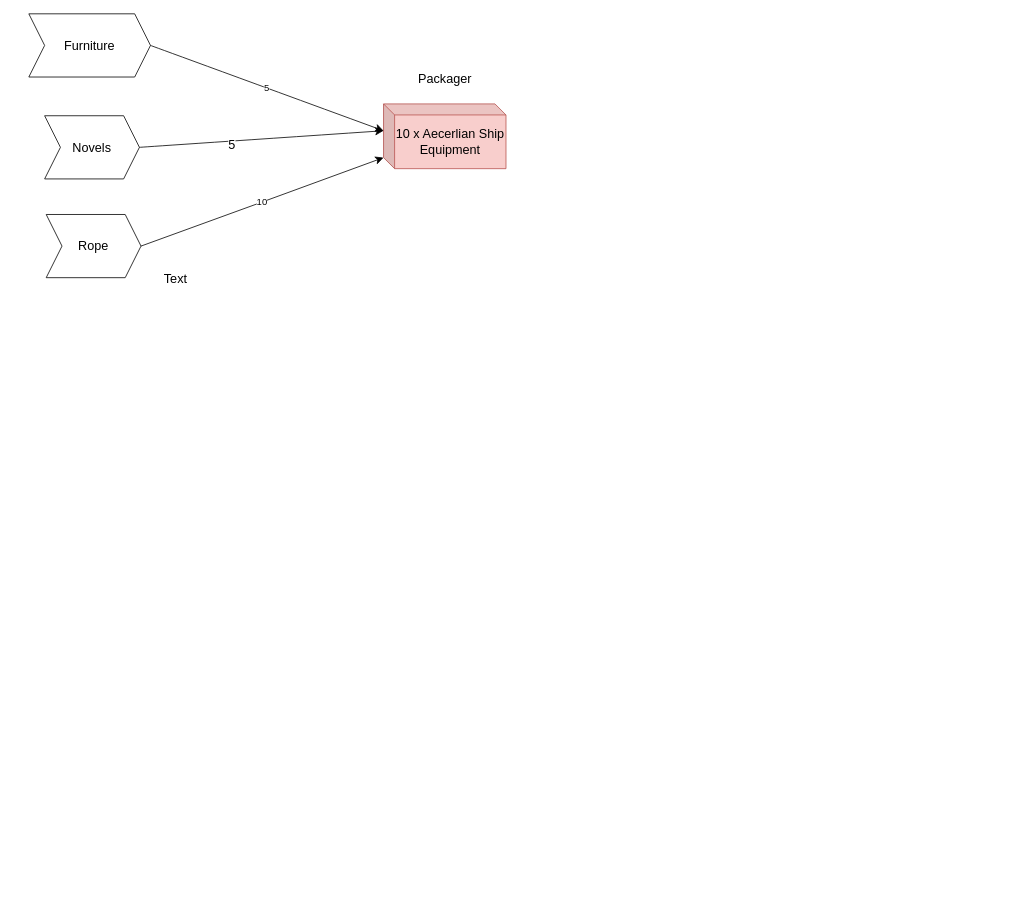
GraemeBradbury/animated-potato keeps this draw.io diagram as Growth/Untitled Diagram.drawio. Above is the earlier version. Source tidied: cells renumbered, new cells numbered last; positions are measured from the earlier drawing's top-left corner, leaving out a move shared by most shapes. Both pictures are drawn from the tidied source at 79%, with x=0, y=0 at pixel (28, 13).
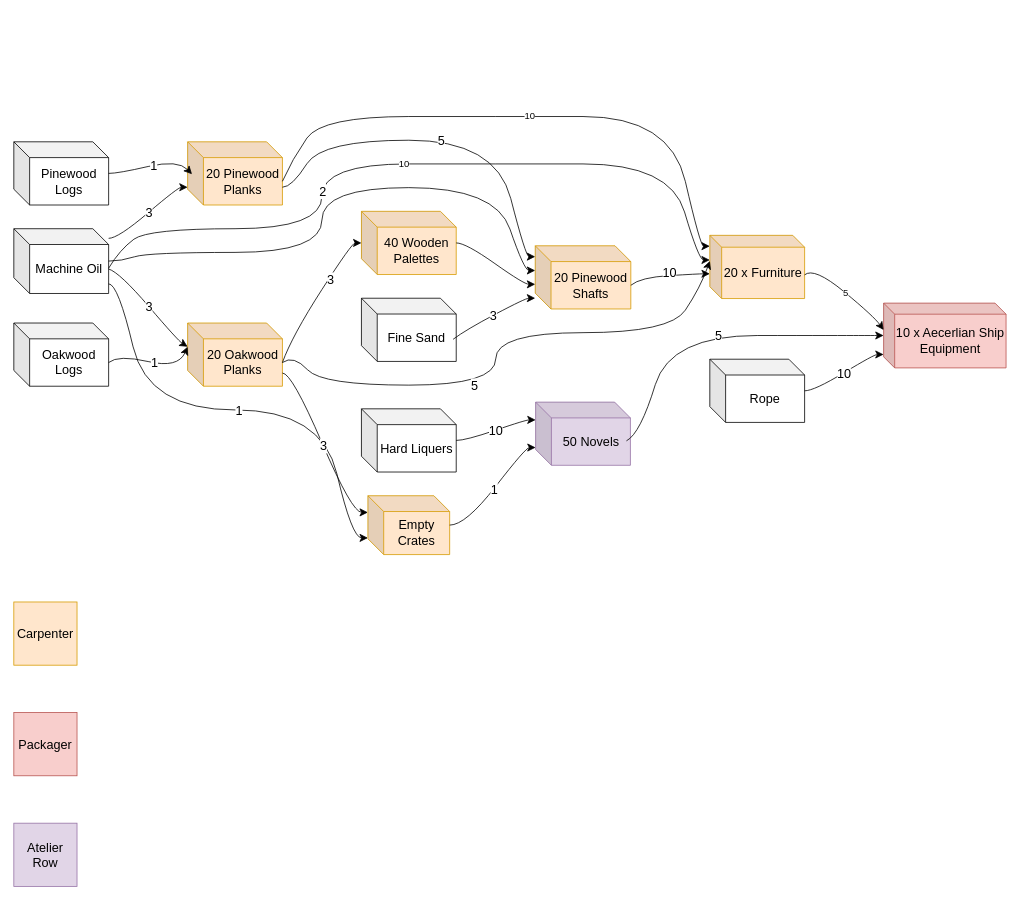
Above is the later version.

The edit, as a diff of the source:
```diff
@@
-    <mxCell id="2" value="Text" style="text;strokeColor=none;fillColor=none;html=1;align=center;verticalAlign=middle;whiteSpace=wrap;rounded=0;fontSize=16;" parent="1" vertex="1">
-      <mxGeometry x="156" y="320" width="60" height="30" as="geometry" />
-    </mxCell>
+    <mxCell id="12" value="20 x Furniture" style="shape=cube;whiteSpace=wrap;html=1;boundedLbl=1;backgroundOutline=1;darkOpacity=0.05;darkOpacity2=0.1;fontSize=16;fillColor=#ffe6cc;strokeColor=#d79b00;size=15;" parent="1" vertex="1">
+      <mxGeometry x="862" y="280.4" width="120" height="80" as="geometry" />
+    </mxCell>
     <mxCell id="3" value="10 x Aecerlian Ship Equipment" style="shape=cube;whiteSpace=wrap;html=1;boundedLbl=1;backgroundOutline=1;darkOpacity=0.05;darkOpacity2=0.1;fontSize=16;fillColor=#f8cecc;strokeColor=#b85450;size=14;" parent="1" vertex="1">
-      <mxGeometry x="449" y="114" width="155" height="82" as="geometry" />
+      <mxGeometry x="1082" y="366.2" width="155" height="82" as="geometry" />
     </mxCell>
-    <mxCell id="4" value="Furniture" style="shape=step;perimeter=stepPerimeter;whiteSpace=wrap;html=1;fixedSize=1;fontSize=16;" parent="1" vertex="1">
-      <mxGeometry width="154" height="80" as="geometry" />
-    </mxCell>
-    <mxCell id="5" value="5" style="endArrow=classic;html=1;rounded=0;fontSize=12;startSize=8;endSize=8;curved=1;entryX=0;entryY=0;entryDx=0;entryDy=34;entryPerimeter=0;exitX=1;exitY=0.5;exitDx=0;exitDy=0;" parent="1" edge="1" source="4" target="3">
-      <mxGeometry relative="1" as="geometry" />
+    <mxCell id="5" value="5" style="endArrow=classic;html=1;rounded=0;fontSize=12;startSize=8;endSize=8;curved=1;entryX=0;entryY=0;entryDx=0;entryDy=34;entryPerimeter=0;exitX=0;exitY=0;exitDx=120;exitDy=50;noEdgeStyle=1;orthogonal=1;exitPerimeter=0;" parent="1" edge="1" source="12" target="3">
+      <mxGeometry relative="1" as="geometry">
+        <Array as="points">
+          <mxPoint x="994" y="320.4" />
+          <mxPoint x="1070" y="383.2" />
+        </Array>
+      </mxGeometry>
     </mxCell>
-    <mxCell id="6" value="Novels" style="shape=step;perimeter=stepPerimeter;whiteSpace=wrap;html=1;fixedSize=1;fontSize=16;" parent="1" vertex="1">
-      <mxGeometry x="20" y="129" width="120" height="80" as="geometry" />
-    </mxCell>
-    <mxCell id="7" style="edgeStyle=none;curved=1;rounded=0;jettySize=auto;html=1;entryX=0;entryY=0;entryDx=0;entryDy=34;entryPerimeter=0;fontSize=12;startSize=8;endSize=8;exitX=1;exitY=0.5;exitDx=0;exitDy=0;" parent="1" edge="1" source="6" target="3">
-      <mxGeometry relative="1" as="geometry" />
-    </mxCell>
+    <mxCell id="13" value="20 Pinewood Planks" style="shape=cube;whiteSpace=wrap;html=1;boundedLbl=1;backgroundOutline=1;darkOpacity=0.05;darkOpacity2=0.1;fontSize=16;fillColor=#ffe6cc;strokeColor=#d79b00;" parent="1" vertex="1">
+      <mxGeometry x="201" y="162" width="120" height="80" as="geometry" />
+    </mxCell>
+    <mxCell id="14" value="20 Oakwood Planks" style="shape=cube;whiteSpace=wrap;html=1;boundedLbl=1;backgroundOutline=1;darkOpacity=0.05;darkOpacity2=0.1;fontSize=16;fillColor=#ffe6cc;strokeColor=#d79b00;" parent="1" vertex="1">
+      <mxGeometry x="201" y="391.4" width="120" height="80" as="geometry" />
+    </mxCell>
+    <mxCell id="15" value="20 Pinewood Shafts" style="shape=cube;whiteSpace=wrap;html=1;boundedLbl=1;backgroundOutline=1;darkOpacity=0.05;darkOpacity2=0.1;fontSize=16;fillColor=#ffe6cc;strokeColor=#d79b00;" parent="1" vertex="1">
+      <mxGeometry x="641" y="293.6" width="121" height="80" as="geometry" />
+    </mxCell>
+    <mxCell id="16" value="Machine Oil" style="shape=cube;whiteSpace=wrap;html=1;boundedLbl=1;backgroundOutline=1;darkOpacity=0.05;darkOpacity2=0.1;fontSize=16;" parent="1" vertex="1">
+      <mxGeometry x="-19" y="272" width="120" height="82" as="geometry" />
+    </mxCell>
+    <mxCell id="17" value="10" style="endArrow=classic;html=1;rounded=0;fontSize=12;startSize=8;endSize=8;curved=1;exitX=0;exitY=0;exitDx=120;exitDy=50;exitPerimeter=0;noEdgeStyle=1;orthogonal=1;" parent="1" edge="1" source="13" target="12">
+      <mxGeometry relative="1" as="geometry">
+        <Array as="points">
+          <mxPoint x="333" y="184.5" />
+          <mxPoint x="371" y="130" />
+          <mxPoint x="591" y="130" />
+          <mxPoint x="591" y="130" />
+          <mxPoint x="812" y="130" />
+          <mxPoint x="850" y="294.1" />
+        </Array>
+      </mxGeometry>
+    </mxCell>
+    <mxCell id="18" style="endArrow=classic;html=1;rounded=0;fontSize=12;startSize=8;endSize=8;curved=1;exitX=0;exitY=0;exitDx=120;exitDy=50;exitPerimeter=0;entryX=0;entryY=0;entryDx=0;entryDy=32.5;entryPerimeter=0;noEdgeStyle=1;orthogonal=1;" parent="1" edge="1" source="14" target="12">
+      <mxGeometry relative="1" as="geometry">
+        <Array as="points">
+          <mxPoint x="335" y="431.4" />
+          <mxPoint x="371" y="470" />
+          <mxPoint x="591" y="470" />
+          <mxPoint x="591" y="403.6" />
+          <mxPoint x="812" y="403.6" />
+          <mxPoint x="850" y="346.6" />
+        </Array>
+      </mxGeometry>
+    </mxCell>
-    <mxCell id="8" value="5" style="edgeLabel;html=1;align=center;verticalAlign=middle;fontSize=16;" parent="7" vertex="1">
-      <mxGeometry x="-0.25" y="-4" relative="1" as="geometry" />
+    <mxCell id="8" value="5" style="edgeLabel;html=1;align=center;verticalAlign=middle;fontSize=16;" parent="18" vertex="1">
+      <mxGeometry x="-0.23" relative="1" as="geometry" />
     </mxCell>
+    <mxCell id="19" style="endArrow=classic;html=1;rounded=0;fontSize=12;startSize=8;endSize=8;curved=1;exitX=0;exitY=0;exitDx=121;exitDy=50;exitPerimeter=0;noEdgeStyle=1;orthogonal=1;" parent="1" edge="1" source="15" target="12">
+      <mxGeometry relative="1" as="geometry">
+        <Array as="points">
+          <mxPoint x="774" y="333.6" />
+          <mxPoint x="848" y="329.1" />
+        </Array>
+      </mxGeometry>
+    </mxCell>
+    <mxCell id="20" value="10" style="edgeLabel;html=1;align=center;verticalAlign=middle;fontSize=16;" parent="19" vertex="1">
+      <mxGeometry y="4" relative="1" as="geometry" />
+    </mxCell>
+    <mxCell id="21" value="10" style="endArrow=classic;html=1;fontSize=12;startSize=8;endSize=8;noEdgeStyle=1;orthogonal=1;exitX=0;exitY=0;exitDx=120;exitDy=50;exitPerimeter=0;curved=1;" parent="1" edge="1" source="16" target="12">
+      <mxGeometry relative="1" as="geometry">
+        <Array as="points">
+          <mxPoint x="115" y="298.6" />
+          <mxPoint x="151" y="272" />
+          <mxPoint x="371" y="272" />
+          <mxPoint x="371" y="190" />
+          <mxPoint x="591" y="190" />
+          <mxPoint x="591" y="190" />
+          <mxPoint x="812" y="190" />
+          <mxPoint x="848" y="311.6" />
+        </Array>
+      </mxGeometry>
+    </mxCell>
+    <mxCell id="22" value="Oakwood Logs" style="shape=cube;whiteSpace=wrap;html=1;boundedLbl=1;backgroundOutline=1;darkOpacity=0.05;darkOpacity2=0.1;fontSize=16;" parent="1" vertex="1">
+      <mxGeometry x="-19" y="391.4" width="120" height="80" as="geometry" />
+    </mxCell>
+    <mxCell id="23" value="40 Wooden Palettes" style="shape=cube;whiteSpace=wrap;html=1;boundedLbl=1;backgroundOutline=1;darkOpacity=0.05;darkOpacity2=0.1;fontSize=16;fillColor=#ffe6cc;strokeColor=#d79b00;" parent="1" vertex="1">
+      <mxGeometry x="421" y="250" width="120" height="80" as="geometry" />
+    </mxCell>
+    <mxCell id="24" style="endArrow=classic;html=1;rounded=0;fontSize=12;startSize=8;endSize=8;curved=1;noEdgeStyle=1;orthogonal=1;exitX=0;exitY=0;exitDx=120;exitDy=50;exitPerimeter=0;" parent="1" edge="1" source="14" target="23">
+      <mxGeometry relative="1" as="geometry">
+        <Array as="points">
+          <mxPoint x="333" y="408" />
+          <mxPoint x="409" y="290" />
+        </Array>
+      </mxGeometry>
+    </mxCell>
+    <mxCell id="25" value="3" style="edgeLabel;html=1;align=center;verticalAlign=middle;fontSize=16;" parent="24" vertex="1">
+      <mxGeometry x="0.3" y="-2" relative="1" as="geometry" />
+    </mxCell>
+    <mxCell id="26" style="endArrow=classic;html=1;rounded=0;fontSize=12;startSize=8;endSize=8;curved=1;exitX=0;exitY=0;exitDx=120;exitDy=50;exitPerimeter=0;entryX=0;entryY=0;entryDx=0;entryDy=30;entryPerimeter=0;noEdgeStyle=1;orthogonal=1;" parent="1" edge="1" source="22" target="14">
+      <mxGeometry relative="1" as="geometry">
+        <Array as="points">
+          <mxPoint x="113" y="431.4" />
+          <mxPoint x="189" y="448.9" />
+        </Array>
+      </mxGeometry>
+    </mxCell>
+    <mxCell id="27" value="1" style="edgeLabel;html=1;align=center;verticalAlign=middle;fontSize=16;" parent="26" vertex="1">
+      <mxGeometry relative="1" as="geometry" />
+    </mxCell>
+    <mxCell id="28" style="endArrow=classic;html=1;rounded=0;fontSize=12;startSize=8;endSize=8;curved=1;entryX=0;entryY=0;entryDx=0;entryDy=30;entryPerimeter=0;exitX=0;exitY=0;exitDx=120;exitDy=51;exitPerimeter=0;noEdgeStyle=1;orthogonal=1;" parent="1" edge="1" source="16" target="14">
+      <mxGeometry relative="1" as="geometry">
+        <Array as="points">
+          <mxPoint x="115" y="327.4" />
+          <mxPoint x="189" y="413.9" />
+        </Array>
+      </mxGeometry>
+    </mxCell>
+    <mxCell id="29" value="3" style="edgeLabel;html=1;align=center;verticalAlign=middle;fontSize=16;" parent="28" vertex="1">
+      <mxGeometry relative="1" as="geometry" />
+    </mxCell>
+    <mxCell id="30" value="Carpenter" style="whiteSpace=wrap;html=1;fontSize=16;fillColor=#ffe6cc;strokeColor=#d79b00;" parent="1" vertex="1">
+      <mxGeometry x="-19" y="744.5" width="80" height="80" as="geometry" />
+    </mxCell>
+    <mxCell id="11" value="Packager" style="whiteSpace=wrap;html=1;fontSize=16;fillColor=#f8cecc;strokeColor=#b85450;" parent="1" vertex="1">
+      <mxGeometry x="-19" y="884.5" width="80" height="80" as="geometry" />
+    </mxCell>
+    <mxCell id="31" value="Pinewood Logs" style="shape=cube;whiteSpace=wrap;html=1;boundedLbl=1;backgroundOutline=1;darkOpacity=0.05;darkOpacity2=0.1;fontSize=16;" parent="1" vertex="1">
+      <mxGeometry x="-19" y="162" width="120" height="80" as="geometry" />
+    </mxCell>
+    <mxCell id="32" style="endArrow=classic;html=1;rounded=0;fontSize=12;startSize=8;endSize=8;curved=1;entryX=0.046;entryY=0.513;entryDx=0;entryDy=0;entryPerimeter=0;noEdgeStyle=1;orthogonal=1;" parent="1" edge="1" source="31" target="13">
+      <mxGeometry relative="1" as="geometry">
+        <Array as="points">
+          <mxPoint x="113" y="202" />
+          <mxPoint x="189" y="184.5" />
+        </Array>
+      </mxGeometry>
+    </mxCell>
+    <mxCell id="33" value="1" style="edgeLabel;html=1;align=center;verticalAlign=middle;fontSize=16;" parent="32" vertex="1">
+      <mxGeometry relative="1" as="geometry" />
+    </mxCell>
+    <mxCell id="34" style="endArrow=classic;html=1;rounded=0;fontSize=12;startSize=8;endSize=8;curved=1;noEdgeStyle=1;orthogonal=1;" parent="1" edge="1" source="16" target="13">
+      <mxGeometry relative="1" as="geometry">
+        <Array as="points">
+          <mxPoint x="113" y="284.2" />
+          <mxPoint x="189" y="219.5" />
+        </Array>
+      </mxGeometry>
+    </mxCell>
+    <mxCell id="35" value="3" style="edgeLabel;html=1;align=center;verticalAlign=middle;fontSize=16;" parent="34" vertex="1">
+      <mxGeometry relative="1" as="geometry" />
+    </mxCell>
+    <mxCell id="36" value="Fine Sand" style="shape=cube;whiteSpace=wrap;html=1;boundedLbl=1;backgroundOutline=1;darkOpacity=0.05;darkOpacity2=0.1;fontSize=16;" parent="1" vertex="1">
+      <mxGeometry x="421" y="360" width="120" height="80" as="geometry" />
+    </mxCell>
+    <mxCell id="37" style="endArrow=classic;html=1;rounded=0;fontSize=12;startSize=8;endSize=8;curved=1;exitX=0.967;exitY=0.65;exitDx=0;exitDy=0;exitPerimeter=0;noEdgeStyle=1;orthogonal=1;" parent="1" edge="1" source="36" target="15">
+      <mxGeometry relative="1" as="geometry">
+        <Array as="points">
+          <mxPoint x="553" y="400" />
+          <mxPoint x="629" y="359.9" />
+        </Array>
+      </mxGeometry>
+    </mxCell>
+    <mxCell id="38" value="3" style="edgeLabel;html=1;align=center;verticalAlign=middle;fontSize=16;" parent="37" vertex="1">
+      <mxGeometry relative="1" as="geometry" />
+    </mxCell>
+    <mxCell id="39" style="endArrow=classic;html=1;rounded=0;fontSize=12;startSize=8;endSize=8;curved=1;noEdgeStyle=1;orthogonal=1;" parent="1" edge="1" source="13" target="15">
+      <mxGeometry relative="1" as="geometry">
+        <Array as="points">
+          <mxPoint x="333" y="219.5" />
+          <mxPoint x="371" y="160" />
+          <mxPoint x="591" y="160" />
+          <mxPoint x="629" y="307.4" />
+        </Array>
+      </mxGeometry>
+    </mxCell>
+    <mxCell id="40" value="5" style="edgeLabel;html=1;align=center;verticalAlign=middle;fontSize=16;" parent="39" vertex="1">
+      <mxGeometry relative="1" as="geometry" />
+    </mxCell>
+    <mxCell id="41" style="endArrow=classic;html=1;rounded=0;fontSize=12;startSize=8;endSize=8;curved=1;noEdgeStyle=1;orthogonal=1;" parent="1" edge="1" source="16" target="15">
+      <mxGeometry relative="1" as="geometry">
+        <Array as="points">
+          <mxPoint x="117" y="313" />
+          <mxPoint x="151" y="302" />
+          <mxPoint x="371" y="302" />
+          <mxPoint x="371" y="220" />
+          <mxPoint x="591" y="220" />
+          <mxPoint x="627" y="324.9" />
+        </Array>
+      </mxGeometry>
+    </mxCell>
+    <mxCell id="42" value="2" style="edgeLabel;html=1;align=center;verticalAlign=middle;fontSize=16;" parent="41" vertex="1">
+      <mxGeometry relative="1" as="geometry" />
+    </mxCell>
+    <mxCell id="43" style="endArrow=classic;html=1;rounded=0;fontSize=12;startSize=8;endSize=8;curved=1;noEdgeStyle=1;orthogonal=1;" parent="1" edge="1" source="23" target="15">
+      <mxGeometry relative="1" as="geometry">
+        <Array as="points">
+          <mxPoint x="553" y="290" />
+          <mxPoint x="627" y="342.4" />
+        </Array>
+      </mxGeometry>
+    </mxCell>
+    <mxCell id="44" value="50 Novels" style="shape=cube;whiteSpace=wrap;html=1;boundedLbl=1;backgroundOutline=1;darkOpacity=0.05;darkOpacity2=0.1;fontSize=16;fillColor=#e1d5e7;strokeColor=#9673a6;" parent="1" vertex="1">
+      <mxGeometry x="641.5" y="491.5" width="120" height="80" as="geometry" />
+    </mxCell>
+    <mxCell id="45" style="endArrow=classic;html=1;rounded=0;fontSize=12;startSize=8;endSize=8;curved=1;exitX=0.958;exitY=0.613;exitDx=0;exitDy=0;exitPerimeter=0;noEdgeStyle=1;orthogonal=1;" parent="1" edge="1" source="44" target="3">
+      <mxGeometry relative="1" as="geometry">
+        <Array as="points">
+          <mxPoint x="774" y="531.5" />
+          <mxPoint x="812" y="407.2" />
+          <mxPoint x="1032" y="407.2" />
+          <mxPoint x="1068" y="407.2" />
+        </Array>
+      </mxGeometry>
+    </mxCell>
+    <mxCell id="46" value="5" style="edgeLabel;html=1;align=center;verticalAlign=middle;fontSize=16;" parent="45" vertex="1">
+      <mxGeometry relative="1" as="geometry" />
+    </mxCell>
+    <mxCell id="47" value="Atelier Row" style="whiteSpace=wrap;html=1;fontSize=16;fillColor=#e1d5e7;strokeColor=#9673a6;" parent="1" vertex="1">
+      <mxGeometry x="-19" y="1024.5" width="80" height="80" as="geometry" />
+    </mxCell>
-    <mxCell id="9" value="Rope" style="shape=step;perimeter=stepPerimeter;whiteSpace=wrap;html=1;fixedSize=1;fontSize=16;" parent="1" vertex="1">
-      <mxGeometry x="22" y="254" width="120" height="80" as="geometry" />
+    <mxCell id="9" value="Rope&lt;br&gt;" style="shape=cube;whiteSpace=wrap;html=1;boundedLbl=1;backgroundOutline=1;darkOpacity=0.05;darkOpacity2=0.1;fontSize=16;" parent="1" vertex="1">
+      <mxGeometry x="862" y="437.2" width="120" height="80" as="geometry" />
     </mxCell>
-    <mxCell id="10" value="10" style="endArrow=classic;html=1;rounded=0;fontSize=12;startSize=8;endSize=8;curved=1;exitX=1;exitY=0.5;exitDx=0;exitDy=0;entryX=0;entryY=0;entryDx=0;entryDy=68;entryPerimeter=0;" parent="1" edge="1" source="9" target="3">
+    <mxCell id="10" style="endArrow=classic;html=1;rounded=0;fontSize=12;startSize=8;endSize=8;curved=1;noEdgeStyle=1;orthogonal=1;" parent="1" edge="1" source="9" target="3">
       <mxGeometry relative="1" as="geometry">
         <Array as="points">
-          <mxPoint x="291" y="240" />
+          <mxPoint x="994" y="477.2" />
+          <mxPoint x="1070" y="431.2" />
         </Array>
       </mxGeometry>
     </mxCell>
-    <mxCell id="11" value="Packager" style="text;html=1;strokeColor=none;fillColor=none;align=center;verticalAlign=middle;whiteSpace=wrap;rounded=0;fontSize=16;" parent="1" vertex="1">
-      <mxGeometry x="496.5" y="54" width="60" height="56" as="geometry" />
-    </mxCell>
+    <mxCell id="48" value="10" style="edgeLabel;html=1;align=center;verticalAlign=middle;fontSize=16;" parent="10" vertex="1">
+      <mxGeometry relative="1" as="geometry" />
+    </mxCell>
+    <mxCell id="49" value="Hard Liquers" style="shape=cube;whiteSpace=wrap;html=1;boundedLbl=1;backgroundOutline=1;darkOpacity=0.05;darkOpacity2=0.1;fontSize=16;" parent="1" vertex="1">
+      <mxGeometry x="421" y="500" width="120" height="80" as="geometry" />
+    </mxCell>
+    <mxCell id="50" style="endArrow=classic;html=1;rounded=0;fontSize=12;startSize=8;endSize=8;curved=1;noEdgeStyle=1;orthogonal=1;" parent="1" edge="1" source="49" target="44">
+      <mxGeometry relative="1" as="geometry">
+        <Array as="points">
+          <mxPoint x="553" y="540" />
+          <mxPoint x="629" y="514" />
+        </Array>
+      </mxGeometry>
+    </mxCell>
+    <mxCell id="51" value="10" style="edgeLabel;html=1;align=center;verticalAlign=middle;fontSize=16;" parent="50" vertex="1">
+      <mxGeometry relative="1" as="geometry" />
+    </mxCell>
+    <mxCell id="52" value="Empty Crates" style="shape=cube;whiteSpace=wrap;html=1;boundedLbl=1;backgroundOutline=1;darkOpacity=0.05;darkOpacity2=0.1;fontSize=16;direction=east;fillColor=#ffe6cc;strokeColor=#d79b00;" parent="1" vertex="1">
+      <mxGeometry x="429.2" y="610" width="103.5" height="74.5" as="geometry" />
+    </mxCell>
+    <mxCell id="53" style="endArrow=classic;html=1;rounded=0;fontSize=12;startSize=8;endSize=8;curved=1;noEdgeStyle=1;orthogonal=1;" parent="1" edge="1" source="52" target="44">
+      <mxGeometry relative="1" as="geometry">
+        <Array as="points">
+          <mxPoint x="553" y="647.2" />
+          <mxPoint x="629" y="549" />
+        </Array>
+      </mxGeometry>
+    </mxCell>
+    <mxCell id="54" value="1" style="edgeLabel;html=1;align=center;verticalAlign=middle;fontSize=16;" parent="53" vertex="1">
+      <mxGeometry relative="1" as="geometry" />
+    </mxCell>
+    <mxCell id="55" style="endArrow=classic;html=1;rounded=0;fontSize=12;startSize=8;endSize=8;curved=1;noEdgeStyle=1;orthogonal=1;" parent="1" edge="1" source="16" target="52">
+      <mxGeometry relative="1" as="geometry">
+        <Array as="points">
+          <mxPoint x="113" y="341.8" />
+          <mxPoint x="151" y="501.4" />
+          <mxPoint x="371" y="501.4" />
+          <mxPoint x="409" y="663.4" />
+        </Array>
+      </mxGeometry>
+    </mxCell>
+    <mxCell id="56" value="1" style="edgeLabel;html=1;align=center;verticalAlign=middle;fontSize=16;" parent="55" vertex="1">
+      <mxGeometry relative="1" as="geometry" />
+    </mxCell>
+    <mxCell id="57" style="endArrow=classic;html=1;rounded=0;fontSize=12;startSize=8;endSize=8;curved=1;noEdgeStyle=1;orthogonal=1;" parent="1" edge="1" source="14" target="52">
+      <mxGeometry relative="1" as="geometry">
+        <Array as="points">
+          <mxPoint x="333" y="454.7" />
+          <mxPoint x="409" y="631.1" />
+        </Array>
+      </mxGeometry>
+    </mxCell>
+    <mxCell id="58" value="3" style="edgeLabel;html=1;align=center;verticalAlign=middle;fontSize=16;" parent="57" vertex="1">
+      <mxGeometry relative="1" as="geometry" />
+    </mxCell>
```
